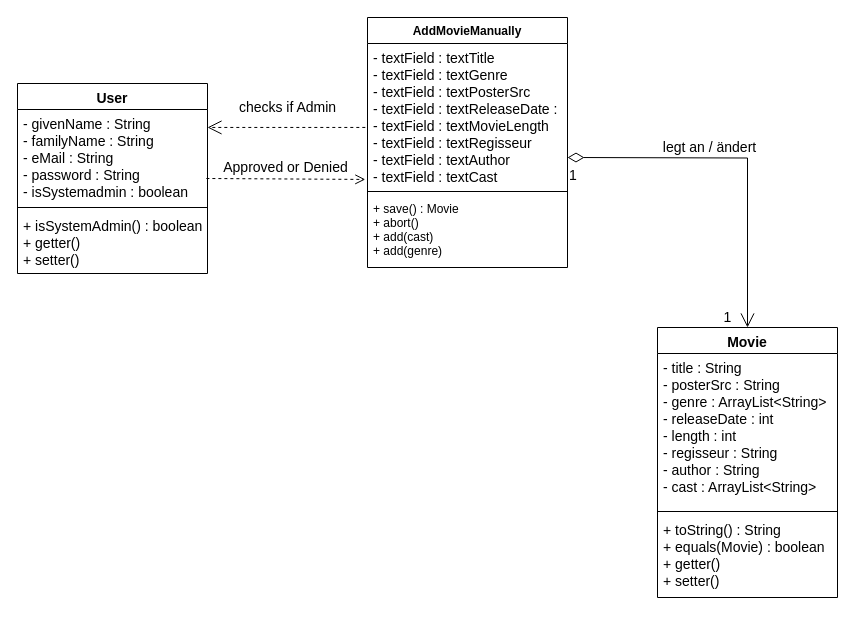
Above: Projektmappe/Klassendiagramme/addMovieManually(David).drawio in Applegreen92/gruppe-h (draw.io), before the change. Source tidied: cells renumbered, new cells numbered last; positions are measured from the earlier drawing's top-left corner, leaving out a move shared by most shapes. Both pictures are drawn from the tidied source at 100%, with x=0, y=0 at pixel (17, 17).
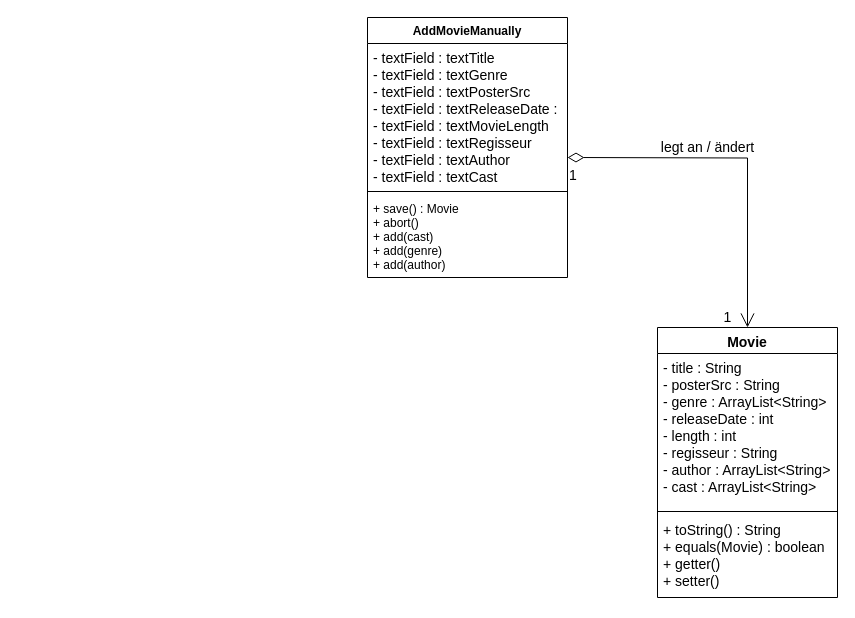
After the change.

The change refers to these unchanged cells:
```xml
<mxCell id="3" value="- textField : textTitle &#10;- textField : textGenre&#10;- textField : textPosterSrc&#10;- textField : textReleaseDate : &#10;- textField : textMovieLength&#10;- textField : textRegisseur&#10;- textField : textAuthor&#10;- textField : textCast" style="text;strokeColor=none;fillColor=none;align=left;verticalAlign=top;spacingLeft=4;spacingRight=4;overflow=hidden;points=[[0,0.5],[1,0.5]];portConstraint=eastwest;fontSize=14;" parent="2" vertex="1">
  <mxGeometry y="26" width="200" height="144" as="geometry" />
</mxCell>
<mxCell id="6" value="Movie" style="swimlane;fontStyle=1;align=center;verticalAlign=top;horizontal=1;startSize=26;fontSize=14;" parent="1" vertex="1">
  <mxGeometry x="640" y="310" width="180" height="270" as="geometry" />
</mxCell>
```

Diff of the diagram source:
```diff
@@
     <mxCell id="2" value="AddMovieManually" style="swimlane;fontStyle=1;align=center;verticalAlign=top;horizontal=1;startSize=26;" parent="1" vertex="1">
-      <mxGeometry x="350" width="200" height="250" as="geometry" />
+      <mxGeometry x="350" width="200" height="260" as="geometry" />
     </mxCell>
@@
-    <mxCell id="5" value="+ save() : Movie&#10;+ abort() &#10;+ add(cast)&#10;+ add(genre)&#10;&#10;&#10;&#10;" style="text;strokeColor=none;fillColor=none;align=left;verticalAlign=top;spacingLeft=4;spacingRight=4;overflow=hidden;" parent="2" vertex="1">
-      <mxGeometry y="178" width="200" height="72" as="geometry" />
+    <mxCell id="5" value="+ save() : Movie&#10;+ abort() &#10;+ add(cast)&#10;+ add(genre)&#10;+ add(author)&#10;&#10;&#10;&#10;&#10;" style="text;strokeColor=none;fillColor=none;align=left;verticalAlign=top;spacingLeft=4;spacingRight=4;overflow=hidden;" parent="2" vertex="1">
+      <mxGeometry y="178" width="200" height="82" as="geometry" />
     </mxCell>
@@
-    <mxCell id="7" value="- title : String&#10;- posterSrc : String&#10;- genre : ArrayList&lt;String&gt;&#10;- releaseDate : int&#10;- length : int&#10;- regisseur : String&#10;- author : String&#10;- cast : ArrayList&lt;String&gt; &#10;" style="text;strokeColor=none;fillColor=none;align=left;verticalAlign=top;spacingLeft=4;spacingRight=4;overflow=hidden;fontSize=14;" parent="6" vertex="1">
+    <mxCell id="7" value="- title : String&#10;- posterSrc : String&#10;- genre : ArrayList&lt;String&gt;&#10;- releaseDate : int&#10;- length : int&#10;- regisseur : String&#10;- author : ArrayList&lt;String&gt;&#10;- cast : ArrayList&lt;String&gt; &#10;" style="text;strokeColor=none;fillColor=none;align=left;verticalAlign=top;spacingLeft=4;spacingRight=4;overflow=hidden;fontSize=14;" parent="6" vertex="1">
       <mxGeometry y="26" width="180" height="154" as="geometry" />
     </mxCell>
@@
     <mxCell id="10" value="&lt;div&gt;legt an / ändert&lt;/div&gt;" style="endArrow=open;html=1;endSize=12;startArrow=diamondThin;startSize=14;startFill=0;edgeStyle=orthogonalEdgeStyle;rounded=0;fontSize=14;entryX=0.5;entryY=0;entryDx=0;entryDy=0;" parent="1" edge="1" target="6">
-      <mxGeometry x="-0.19" y="10" relative="1" as="geometry">
+      <mxGeometry x="-0.2" y="10" relative="1" as="geometry">
         <mxPoint x="550" y="140" as="sourcePoint" />
       </mxGeometry>
     </mxCell>
@@
-    <mxCell id="12" value="User" style="swimlane;fontStyle=1;align=center;verticalAlign=top;horizontal=1;startSize=26;fontSize=14;" parent="1" vertex="1">
-      <mxGeometry y="66" width="190" height="190" as="geometry" />
-    </mxCell>
-    <mxCell id="13" value="- givenName : String&#10;- familyName : String&#10;- eMail : String&#10;- password : String&#10;- isSystemadmin : boolean&#10;" style="text;strokeColor=none;fillColor=none;align=left;verticalAlign=top;spacingLeft=4;spacingRight=4;overflow=hidden;points=[[0,0.5],[1,0.5]];portConstraint=eastwest;fontSize=14;" parent="12" vertex="1">
-      <mxGeometry y="26" width="190" height="94" as="geometry" />
-    </mxCell>
-    <mxCell id="14" style="line;strokeWidth=1;fillColor=none;align=left;verticalAlign=middle;spacingTop=-1;spacingLeft=3;spacingRight=3;labelPosition=right;fontSize=14;" parent="12" vertex="1">
-      <mxGeometry y="120" width="190" height="8" as="geometry" />
-    </mxCell>
-    <mxCell id="15" value="+ isSystemAdmin() : boolean&#10;+ getter()&#10;+ setter()&#10;" style="text;strokeColor=none;fillColor=none;align=left;verticalAlign=top;spacingLeft=4;spacingRight=4;overflow=hidden;fontSize=14;" parent="12" vertex="1">
-      <mxGeometry y="128" width="190" height="62" as="geometry" />
-    </mxCell>
-    <mxCell id="16" value="checks if Admin" style="endArrow=open;endSize=12;dashed=1;html=1;rounded=0;fontSize=14;exitX=-0.011;exitY=0.583;exitDx=0;exitDy=0;exitPerimeter=0;entryX=1;entryY=0.191;entryDx=0;entryDy=0;entryPerimeter=0;" parent="1" edge="1" source="3" target="13">
-      <mxGeometry x="-0.01" y="-20" relative="1" as="geometry" />
-    </mxCell>
-    <mxCell id="17" value="Approved or Denied" style="html=1;verticalAlign=bottom;endArrow=open;dashed=1;endSize=8;rounded=0;fontSize=14;exitX=0.994;exitY=0.734;exitDx=0;exitDy=0;exitPerimeter=0;entryX=-0.011;entryY=0.944;entryDx=0;entryDy=0;entryPerimeter=0;" parent="1" edge="1" source="13" target="3">
-      <mxGeometry relative="1" as="geometry" />
-    </mxCell>
```
